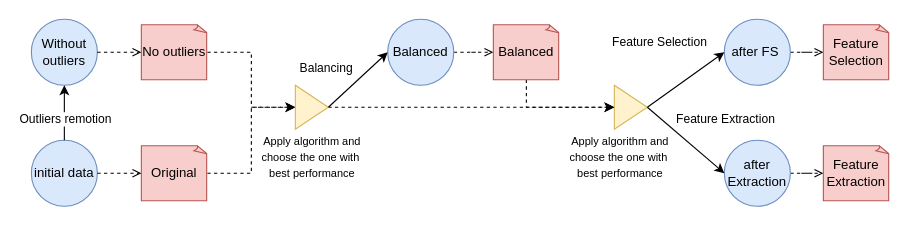
This is dataset2/SupervisedDataset2.drawio from filipesousaist/ds_project, a draw.io file, before an edit. Source tidied: cells renumbered, new cells numbered last; positions are measured from the earlier drawing's top-left corner, leaving out a move shared by most shapes. Both pictures are drawn from the tidied source at 110%, with x=0, y=0 at pixel (31, 19).
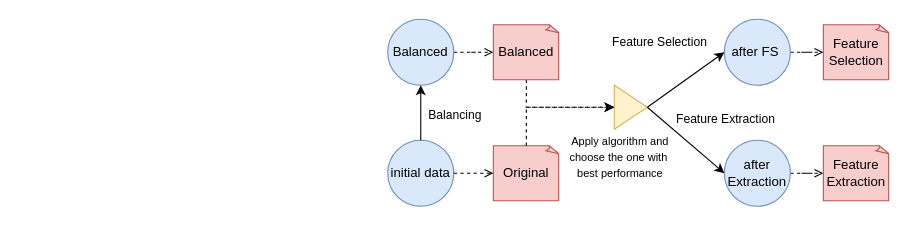
The same diagram, later.

Unchanged cells that the change refers to:
```xml
<mxCell id="23" value="Balanced" style="ellipse;whiteSpace=wrap;html=1;fillColor=#dae8fc;strokeColor=#6c8ebf;" parent="1" vertex="1">
  <mxGeometry x="324" width="60" height="60" as="geometry" />
</mxCell>
```

What changed in the source:
```diff
@@
     <mxCell id="2" value="initial data" style="ellipse;whiteSpace=wrap;html=1;fillColor=#dae8fc;strokeColor=#6c8ebf;" parent="1" vertex="1">
-      <mxGeometry y="110" width="60" height="60" as="geometry" />
+      <mxGeometry x="324" y="110" width="60" height="60" as="geometry" />
     </mxCell>
-    <mxCell id="3" style="edgeStyle=orthogonalEdgeStyle;rounded=0;jettySize=auto;html=1;entryX=0;entryY=0.5;entryDx=0;entryDy=0;dashed=1;" parent="1" edge="1" source="4" target="18">
-      <mxGeometry relative="1" as="geometry" />
-    </mxCell>
     <mxCell id="4" value="Original" style="whiteSpace=wrap;html=1;shape=mxgraph.basic.document;fillColor=#f8cecc;strokeColor=#b85450;" parent="1" vertex="1">
-      <mxGeometry x="100" y="115" width="60" height="50" as="geometry" />
+      <mxGeometry x="420" y="115" width="60" height="50" as="geometry" />
     </mxCell>
@@
-    <mxCell id="11" value="Without outliers" style="ellipse;whiteSpace=wrap;html=1;fillColor=#dae8fc;strokeColor=#6c8ebf;" parent="1" vertex="1">
-      <mxGeometry width="60" height="60" as="geometry" />
-    </mxCell>
-    <mxCell id="12" style="endArrow=classic;html=1;exitX=0.5;exitY=0;exitDx=0;exitDy=0;entryX=0.5;entryY=1;entryDx=0;entryDy=0;" parent="1" edge="1" source="2" target="11">
-      <mxGeometry relative="1" as="geometry" />
-    </mxCell>
-    <mxCell id="13" value="Outliers remotion" style="edgeLabel;html=1;align=center;verticalAlign=middle;rotation=0;" parent="12" vertex="1">
-      <mxGeometry x="-0.17" relative="1" as="geometry">
-        <mxPoint y="1" as="offset" />
-      </mxGeometry>
-    </mxCell>
-    <mxCell id="14" style="edgeStyle=orthogonalEdgeStyle;rounded=0;jettySize=auto;html=1;entryX=0;entryY=0.5;entryDx=0;entryDy=0;dashed=1;" parent="1" edge="1" source="15" target="18">
-      <mxGeometry relative="1" as="geometry" />
-    </mxCell>
-    <mxCell id="15" value="No outliers" style="whiteSpace=wrap;html=1;shape=mxgraph.basic.document;fillColor=#f8cecc;strokeColor=#b85450;" parent="1" vertex="1">
-      <mxGeometry x="100" y="5" width="60" height="50" as="geometry" />
-    </mxCell>
-    <mxCell id="16" style="endArrow=open;html=1;exitX=1;exitY=0.5;exitDx=0;exitDy=0;entryX=0;entryY=0.5;entryDx=0;entryDy=0;entryPerimeter=0;dashed=1;endFill=0;" parent="1" edge="1" source="11" target="15">
-      <mxGeometry relative="1" as="geometry" />
-    </mxCell>
-    <mxCell id="17" style="edgeStyle=none;rounded=0;jettySize=auto;html=1;endArrow=classic;endFill=1;dashed=1;" parent="1" edge="1" source="18">
+    <mxCell id="17" style="edgeStyle=none;rounded=0;jettySize=auto;html=1;endArrow=classic;endFill=1;dashed=1;exitX=0.5;exitY=0;exitDx=0;exitDy=0;exitPerimeter=0;" parent="1" edge="1" source="4">
       <mxGeometry relative="1" as="geometry">
         <mxPoint x="530" y="80" as="targetPoint" />
+        <Array as="points">
+          <mxPoint x="450" y="80" />
+        </Array>
       </mxGeometry>
     </mxCell>
-    <mxCell id="18" style="triangle;whiteSpace=wrap;html=1;fillColor=#fff2cc;strokeColor=#d6b656;" parent="1" vertex="1">
-      <mxGeometry x="240" y="60" width="30" height="40" as="geometry" />
-    </mxCell>
-    <mxCell id="19" value="&lt;span style=&quot;font-size: 10px&quot;&gt;Apply algorithm and&lt;br&gt;choose the one with&amp;nbsp;&lt;/span&gt;&lt;br style=&quot;font-size: 10px&quot;&gt;&lt;span style=&quot;font-size: 10px&quot;&gt;best performance&lt;/span&gt;" style="text;html=1;align=center;verticalAlign=middle;" parent="1" vertex="1">
-      <mxGeometry x="200" y="100" width="110" height="50" as="geometry" />
-    </mxCell>
@@
-    <mxCell id="25" style="rounded=0;jettySize=auto;html=1;entryX=0;entryY=0.5;entryDx=0;entryDy=0;endArrow=classic;endFill=1;exitX=1;exitY=0.5;exitDx=0;exitDy=0;" parent="1" edge="1" source="18" target="23">
+    <mxCell id="25" style="rounded=0;jettySize=auto;html=1;endArrow=classic;endFill=1;exitX=0.5;exitY=0;exitDx=0;exitDy=0;entryX=0.5;entryY=1;entryDx=0;entryDy=0;" parent="1" edge="1" source="2" target="23">
       <mxGeometry relative="1" as="geometry" />
     </mxCell>
     <mxCell id="26" value="Balancing" style="edgeLabel;html=1;align=center;verticalAlign=middle;" parent="25" vertex="1">
       <mxGeometry x="0.23" y="-3" relative="1" as="geometry">
-        <mxPoint x="-37.4" y="-8.1" as="offset" />
+        <mxPoint x="27" y="7" as="offset" />
       </mxGeometry>
     </mxCell>
```
